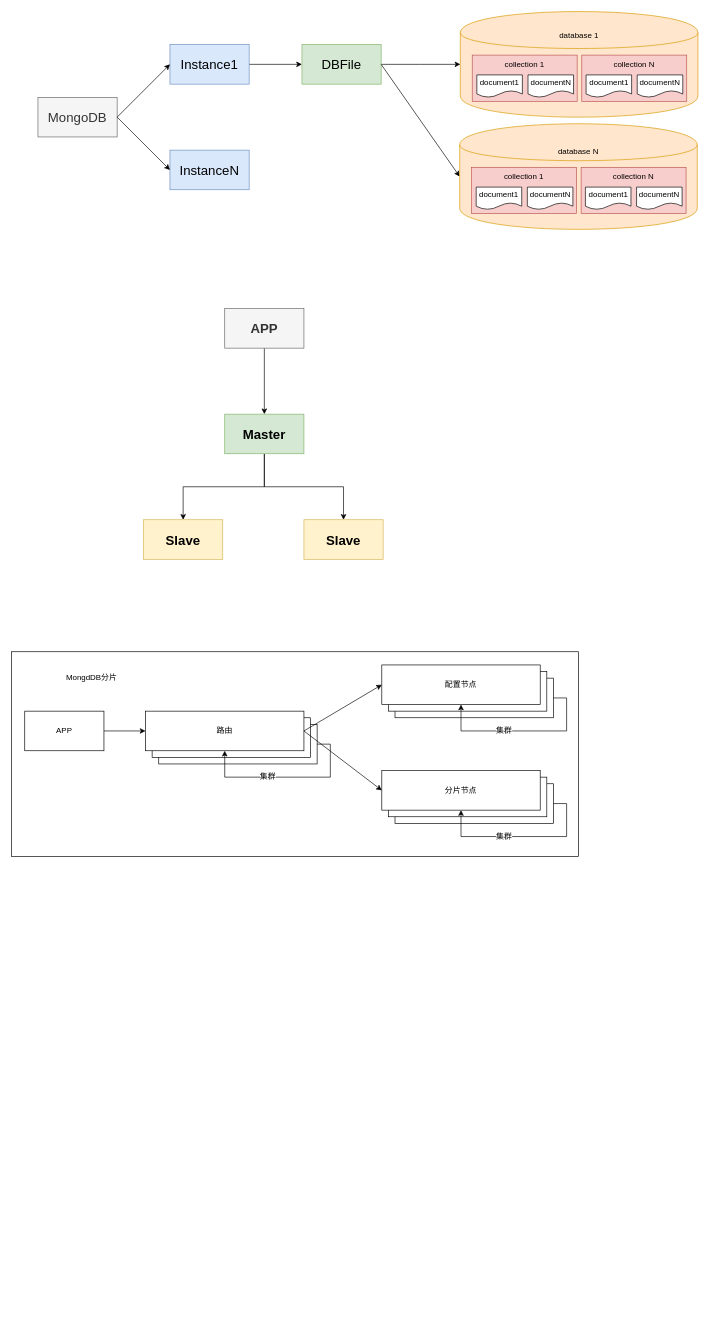
Before: databases/mongodb/drawio/mongodb.drawio in QQ1350995917/gitbook, a draw.io diagram. Source tidied: cells renumbered, new cells numbered last; positions are measured from the earlier drawing's top-left corner, leaving out a move shared by most shapes. Both pictures are drawn from the tidied source at 66%, with x=0, y=0 at pixel (11, 11).
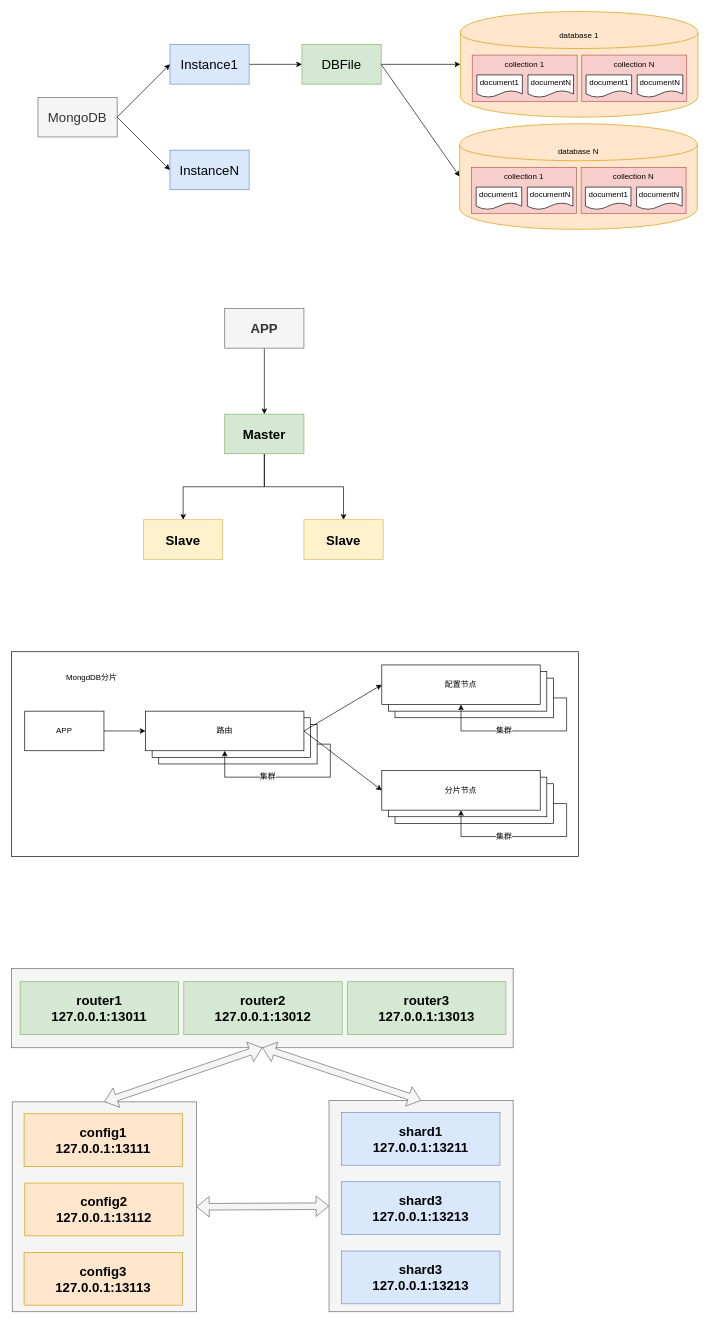
The same page after the edit.

Commit message (it also covers changes not shown here):
mongodb deploy

Change to the diagram source:
```diff
@@
+    <mxCell id="56" style="rounded=0;whiteSpace=wrap;html=1;fillColor=#f5f5f5;strokeColor=#666666;fontColor=#333333;" parent="1" vertex="1">
+      <mxGeometry y="1450" width="760" height="120" as="geometry" />
+    </mxCell>
+    <mxCell id="57" value="router1&lt;br style=&quot;font-size: 20px;&quot;&gt;127.0.0.1:13011" style="rounded=0;whiteSpace=wrap;html=1;fontSize=20;fontStyle=1;fillColor=#d5e8d4;strokeColor=#82b366;" parent="1" vertex="1">
+      <mxGeometry x="13" y="1470" width="240" height="80" as="geometry" />
+    </mxCell>
+    <mxCell id="58" value="router2&lt;br style=&quot;font-size: 20px&quot;&gt;127.0.0.1:13012" style="rounded=0;whiteSpace=wrap;html=1;fontSize=20;fontStyle=1;fillColor=#d5e8d4;strokeColor=#82b366;" parent="1" vertex="1">
+      <mxGeometry x="261" y="1470" width="240" height="80" as="geometry" />
+    </mxCell>
+    <mxCell id="59" value="router3&lt;br style=&quot;font-size: 20px&quot;&gt;127.0.0.1:13013" style="rounded=0;whiteSpace=wrap;html=1;fontSize=20;fontStyle=1;fillColor=#d5e8d4;strokeColor=#82b366;" parent="1" vertex="1">
+      <mxGeometry x="509" y="1470" width="240" height="80" as="geometry" />
+    </mxCell>
+    <mxCell id="60" style="rounded=0;whiteSpace=wrap;html=1;fillColor=#f5f5f5;strokeColor=#666666;fontColor=#333333;" parent="1" vertex="1">
+      <mxGeometry x="1" y="1652" width="279" height="318" as="geometry" />
+    </mxCell>
+    <mxCell id="61" value="config1&lt;br style=&quot;font-size: 20px&quot;&gt;127.0.0.1:13111" style="rounded=0;whiteSpace=wrap;html=1;fontSize=20;fontStyle=1;fillColor=#ffe6cc;strokeColor=#d79b00;" parent="1" vertex="1">
+      <mxGeometry x="19" y="1670" width="240" height="80" as="geometry" />
+    </mxCell>
+    <mxCell id="62" value="config2&lt;br&gt;127.0.0.1:13112" style="rounded=0;whiteSpace=wrap;html=1;fontSize=20;fontStyle=1;fillColor=#ffe6cc;strokeColor=#d79b00;" parent="1" vertex="1">
+      <mxGeometry x="20" y="1775" width="240" height="80" as="geometry" />
+    </mxCell>
+    <mxCell id="63" value="config3&lt;br&gt;127.0.0.1:13113" style="rounded=0;whiteSpace=wrap;html=1;fontSize=20;fontStyle=1;fillColor=#ffe6cc;strokeColor=#d79b00;" parent="1" vertex="1">
+      <mxGeometry x="19" y="1880" width="240" height="80" as="geometry" />
+    </mxCell>
+    <mxCell id="64" style="rounded=0;whiteSpace=wrap;html=1;fillColor=#f5f5f5;strokeColor=#666666;fontColor=#333333;" parent="1" vertex="1">
+      <mxGeometry x="481" y="1650" width="279" height="320" as="geometry" />
+    </mxCell>
+    <mxCell id="65" value="shard1&lt;br style=&quot;font-size: 20px&quot;&gt;127.0.0.1:13211" style="rounded=0;whiteSpace=wrap;html=1;fontSize=20;fontStyle=1;fillColor=#dae8fc;strokeColor=#6c8ebf;" parent="1" vertex="1">
+      <mxGeometry x="500" y="1668" width="240" height="80" as="geometry" />
+    </mxCell>
+    <mxCell id="66" value="shard3&lt;br&gt;127.0.0.1:13213" style="rounded=0;whiteSpace=wrap;html=1;fontSize=20;fontStyle=1;fillColor=#dae8fc;strokeColor=#6c8ebf;" parent="1" vertex="1">
+      <mxGeometry x="500" y="1773" width="240" height="80" as="geometry" />
+    </mxCell>
+    <mxCell id="67" value="shard3&lt;br&gt;127.0.0.1:13213" style="rounded=0;whiteSpace=wrap;html=1;fontSize=20;fontStyle=1;fillColor=#dae8fc;strokeColor=#6c8ebf;" parent="1" vertex="1">
+      <mxGeometry x="500" y="1878" width="240" height="80" as="geometry" />
+    </mxCell>
+    <mxCell id="68" style="shape=flexArrow;endArrow=classic;startArrow=classic;html=1;fontSize=20;entryX=0;entryY=0.5;entryDx=0;entryDy=0;exitX=1;exitY=0.5;exitDx=0;exitDy=0;fillColor=#f5f5f5;strokeColor=#666666;" parent="1" edge="1" source="60" target="64">
+      <mxGeometry relative="1" as="geometry" />
+    </mxCell>
+    <mxCell id="69" style="shape=flexArrow;endArrow=classic;startArrow=classic;html=1;fontSize=20;entryX=0.5;entryY=1;entryDx=0;entryDy=0;exitX=0.5;exitY=0;exitDx=0;exitDy=0;fillColor=#f5f5f5;strokeColor=#666666;" parent="1" edge="1" source="60" target="56">
+      <mxGeometry relative="1" as="geometry" />
+    </mxCell>
+    <mxCell id="70" style="shape=flexArrow;endArrow=classic;startArrow=classic;html=1;fontSize=20;entryX=0.5;entryY=1;entryDx=0;entryDy=0;exitX=0.5;exitY=0;exitDx=0;exitDy=0;fillColor=#f5f5f5;strokeColor=#666666;" parent="1" edge="1" source="64" target="56">
+      <mxGeometry relative="1" as="geometry" />
+    </mxCell>
```
